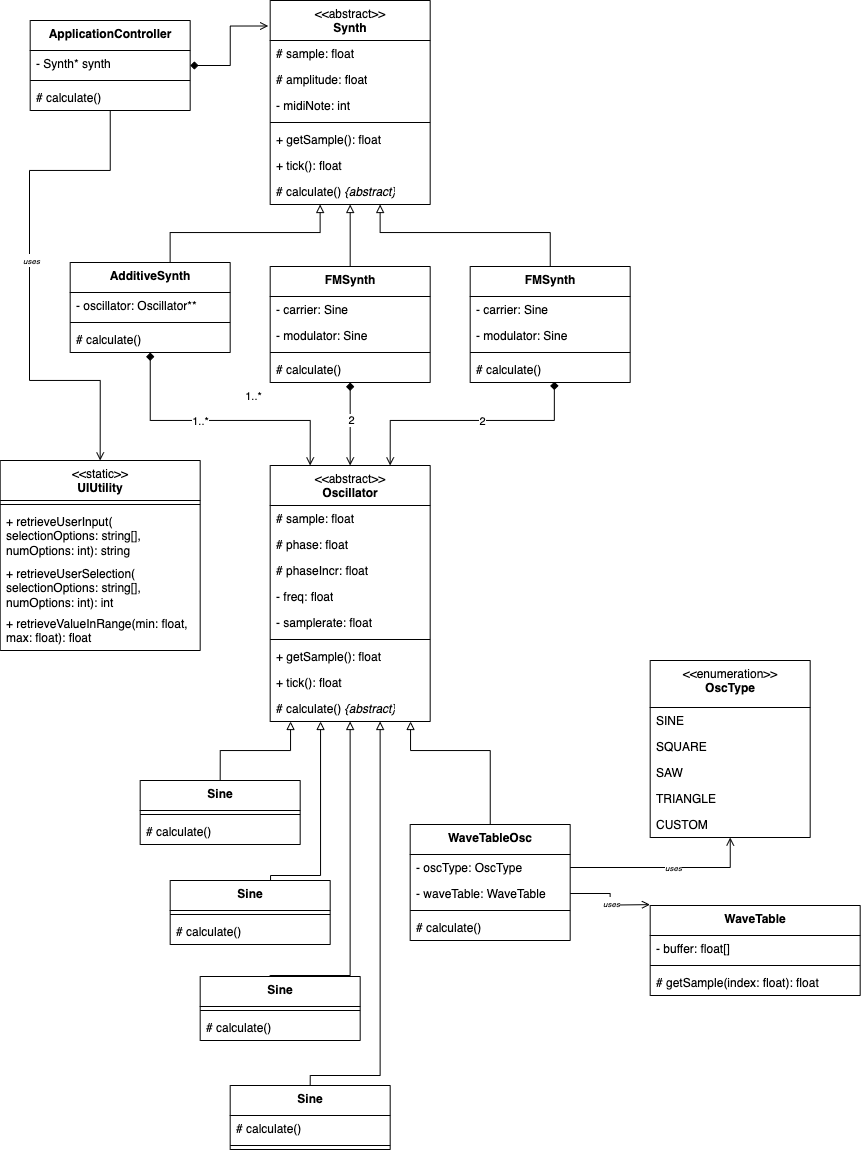
This is blok2c/theorie/session1/review_csd2b/synthClassDiagram.drawio.png from ciskavriezenga/CSD_23-24, a draw.io export, as it was before one commit. Source tidied: cells renumbered, new cells last; positions are measured from the earlier drawing's top-left corner, leaving out a move shared by most shapes.
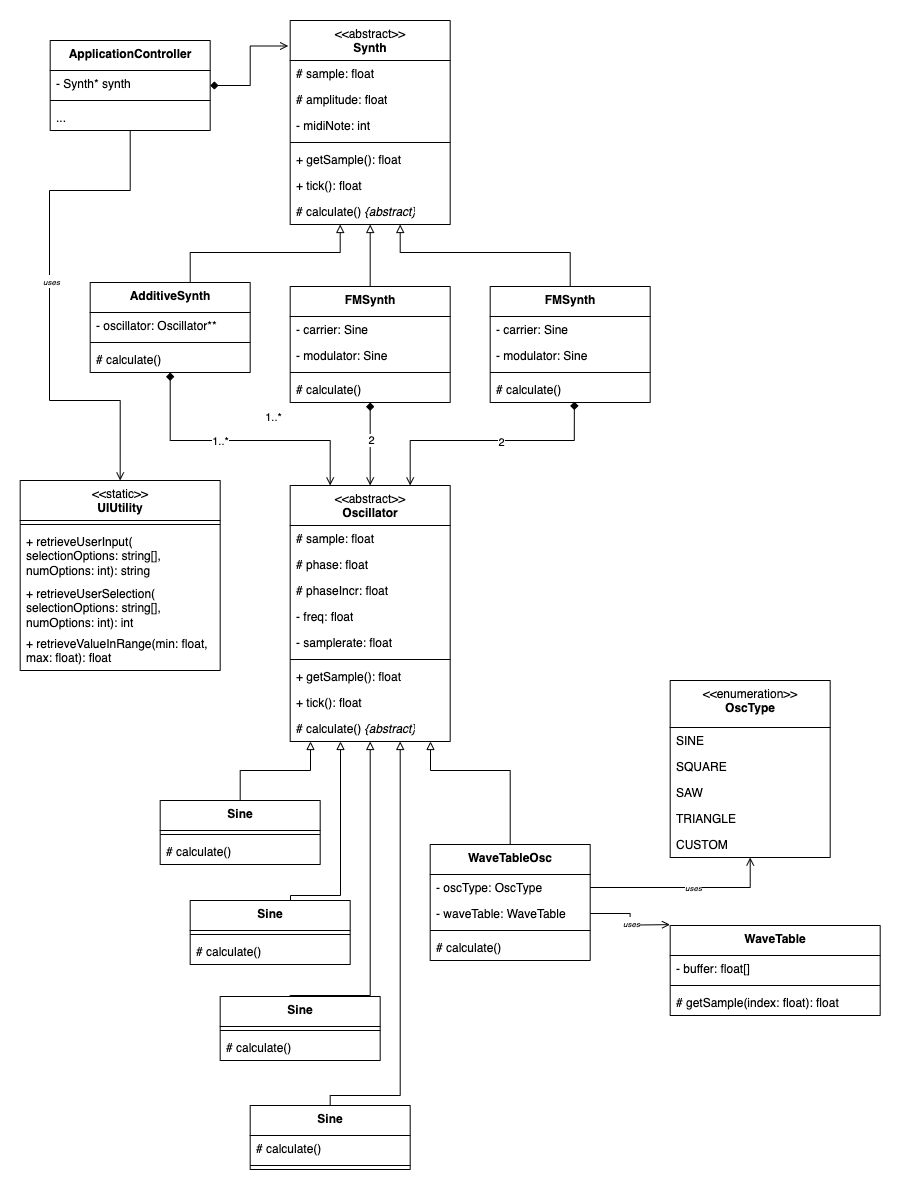
After the change.

Commit message:
removed typos in csd2b overview feedback and class diagram

The edit, as a diff of the source:
```diff
@@ -297,7 +297,7 @@
     <mxCell id="82" style="line;strokeWidth=1;fillColor=none;align=left;verticalAlign=middle;spacingTop=-1;spacingLeft=3;spacingRight=3;labelPosition=right;strokeColor=inherit;" parent="80" vertex="1">
       <mxGeometry y="56" width="160" height="8" as="geometry" />
     </mxCell>
-    <mxCell id="83" value="# calculate()" style="text;strokeColor=none;fillColor=none;align=left;verticalAlign=top;spacingLeft=4;spacingRight=4;overflow=hidden;whiteSpace=wrap;html=1;" parent="80" vertex="1">
+    <mxCell id="83" value="..." style="text;strokeColor=none;fillColor=none;align=left;verticalAlign=top;spacingLeft=4;spacingRight=4;overflow=hidden;whiteSpace=wrap;html=1;" parent="80" vertex="1">
       <mxGeometry y="64" width="160" height="26" as="geometry" />
     </mxCell>
     <mxCell id="84" style="edgeStyle=orthogonalEdgeStyle;rounded=0;jettySize=auto;html=1;endArrow=open;endFill=0;entryX=0.5;entryY=0;entryDx=0;entryDy=0;" parent="1" edge="1" source="80" target="86">
```
